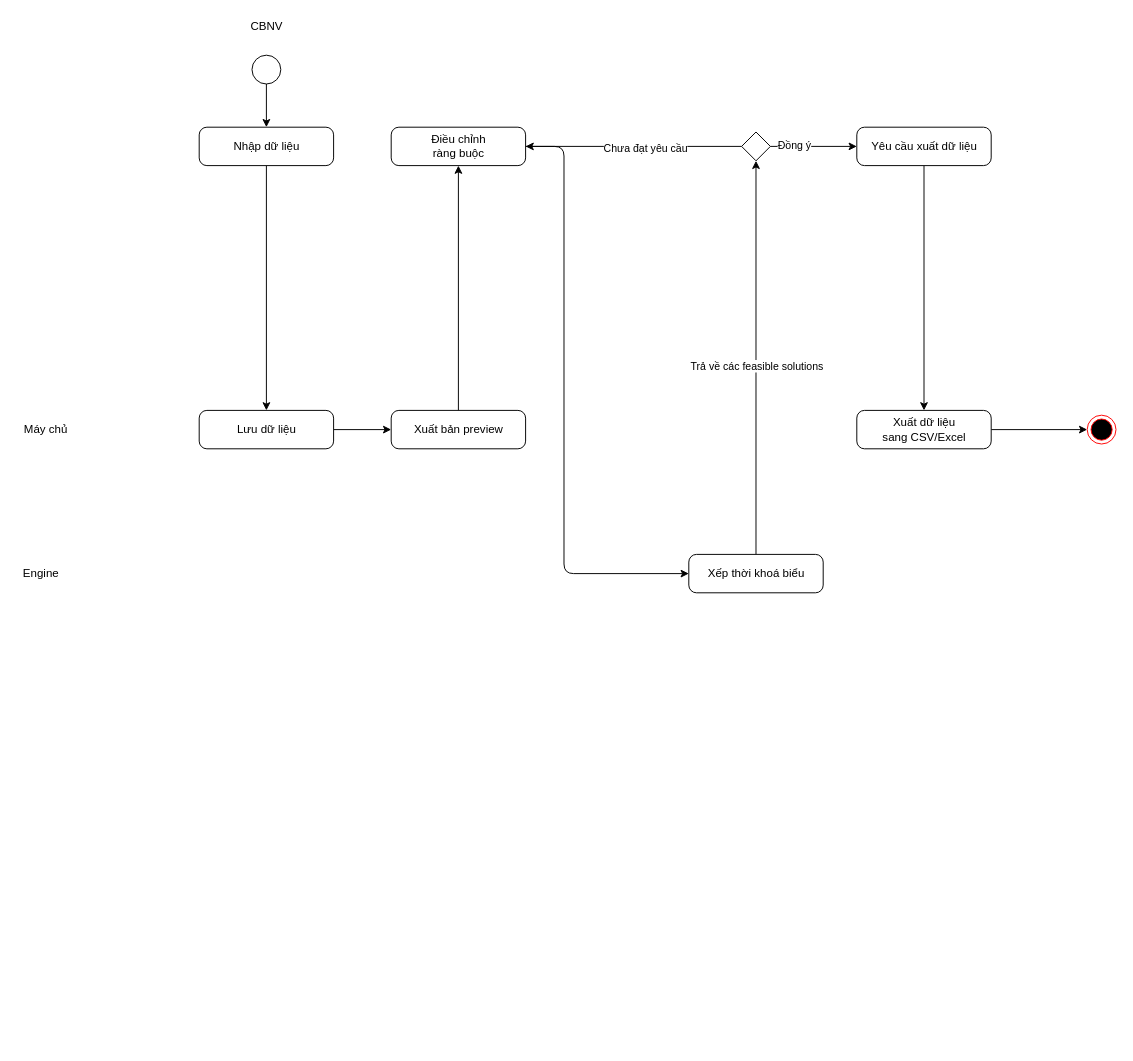
The draw.io diagram page "Activity" (3 of 6) of draw.drawio in lehongduc200115/unitime-do-an, before the edit. Source tidied: cells renumbered, new cells numbered last; positions are measured from the earlier drawing's top-left corner, leaving out a move shared by most shapes. Both pictures are drawn from the tidied source at 96%, with x=0, y=0 at pixel (16, 16).
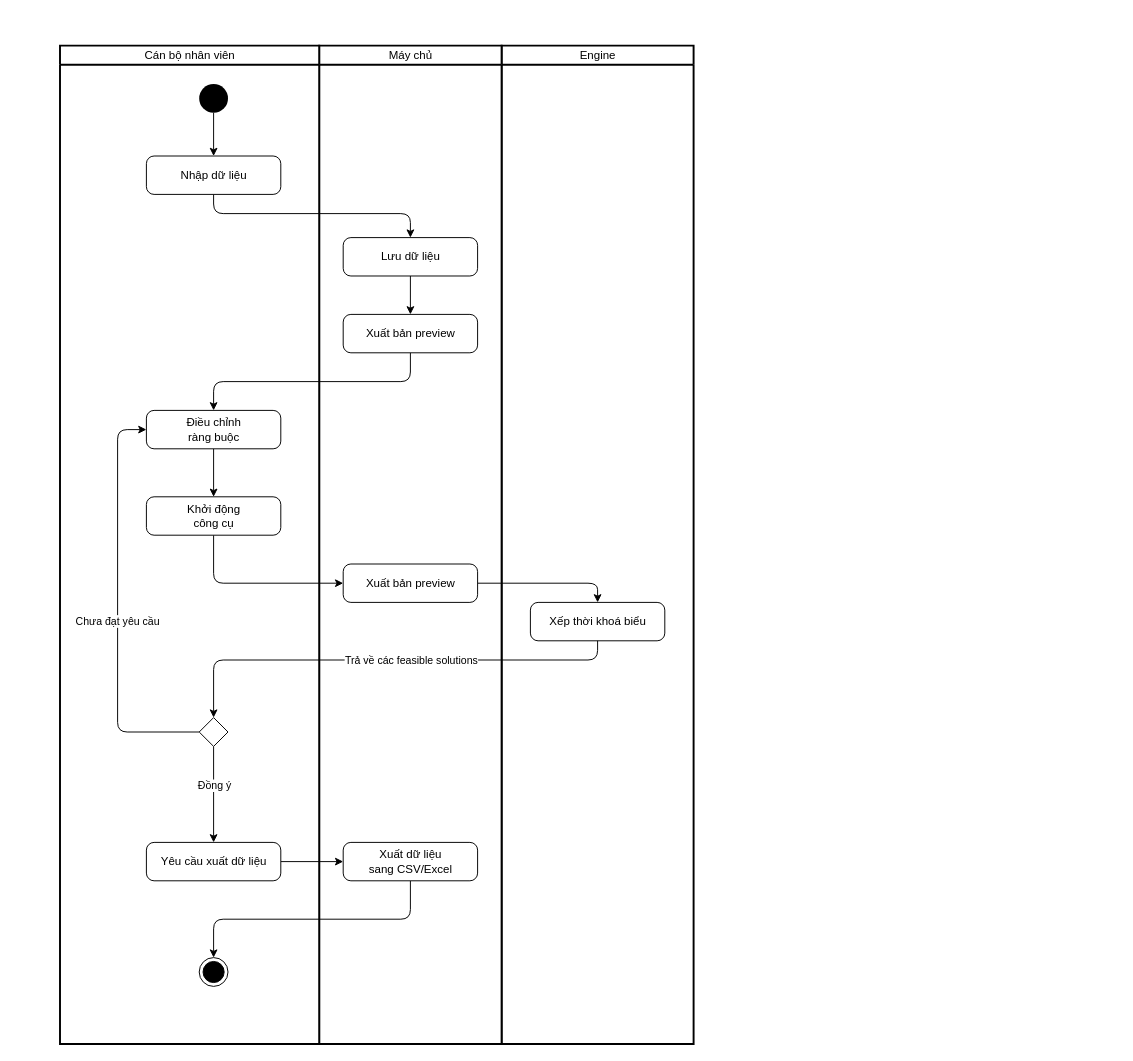
The same diagram, later.

Change to the diagram source:
```diff
@@
+    <mxCell id="14" value="Engine" style="swimlane;html=1;startSize=20;fontStyle=0;horizontal=1;swimlaneLine=1;strokeWidth=2;swimlaneFillColor=#ffffff;" parent="1" vertex="1">
+      <mxGeometry x="505" y="30" width="200" height="1040" as="geometry" />
+    </mxCell>
+    <mxCell id="17" value="Xếp thời khoá biểu" style="html=1;align=center;verticalAlign=middle;rounded=1;absoluteArcSize=1;arcSize=16;dashed=0;" parent="14" vertex="1">
+      <mxGeometry x="30" y="580" width="140" height="40" as="geometry" />
+    </mxCell>
+    <mxCell id="9" value="Máy chủ" style="swimlane;html=1;startSize=20;fontStyle=0;horizontal=1;swimlaneLine=1;strokeWidth=2;swimlaneFillColor=#ffffff;" parent="1" vertex="1">
+      <mxGeometry x="315" y="30" width="190" height="1040" as="geometry" />
+    </mxCell>
+    <mxCell id="28" value="Cán bộ nhân viên" style="swimlane;html=1;startSize=20;fontStyle=0;horizontal=1;swimlaneLine=1;strokeWidth=2;swimlaneFillColor=#ffffff;" parent="1" vertex="1">
+      <mxGeometry x="45" y="30" width="270" height="1040" as="geometry" />
+    </mxCell>
+    <mxCell id="27" style="ellipse;html=1;shape=endState;fillColor=#000000;strokeColor=#000000;" parent="28" vertex="1">
+      <mxGeometry x="145" y="950" width="30" height="30" as="geometry" />
+    </mxCell>
+    <mxCell id="29" style="ellipse;fillColor=#000000;strokeColor=none;" parent="28" vertex="1">
+      <mxGeometry x="145" y="40" width="30" height="30" as="geometry" />
+    </mxCell>
-    <mxCell id="2" style="edgeStyle=none;html=1;" parent="1" edge="1" source="3" target="5">
+    <mxCell id="2" style="edgeStyle=none;html=1;" parent="1" edge="1" source="29" target="5">
       <mxGeometry relative="1" as="geometry" />
     </mxCell>
-    <mxCell id="3" style="ellipse;fillColor=#ffffff;strokeColor=#000000;" parent="1" vertex="1">
-      <mxGeometry x="245" y="40" width="30" height="30" as="geometry" />
-    </mxCell>
-    <mxCell id="4" style="edgeStyle=none;html=1;entryX=0.5;entryY=0;entryDx=0;entryDy=0;" parent="1" edge="1" source="5" target="7">
-      <mxGeometry relative="1" as="geometry" />
+    <mxCell id="4" style="edgeStyle=orthogonalEdgeStyle;html=1;" parent="1" edge="1" source="5" target="7">
+      <mxGeometry relative="1" as="geometry">
+        <Array as="points">
+          <mxPoint x="205" y="205" />
+        </Array>
+      </mxGeometry>
     </mxCell>
     <mxCell id="5" value="Nhập dữ liệu" style="html=1;align=center;verticalAlign=middle;rounded=1;absoluteArcSize=1;arcSize=16;dashed=0;" parent="1" vertex="1">
-      <mxGeometry x="190" y="115" width="140" height="40" as="geometry" />
+      <mxGeometry x="135" y="145" width="140" height="40" as="geometry" />
     </mxCell>
-    <mxCell id="6" style="edgeStyle=none;html=1;entryX=0;entryY=0.5;entryDx=0;entryDy=0;" parent="1" edge="1" source="7" target="11">
+    <mxCell id="6" style="edgeStyle=none;html=1;" parent="1" edge="1" source="7" target="11">
       <mxGeometry relative="1" as="geometry" />
     </mxCell>
     <mxCell id="7" value="Lưu dữ liệu" style="html=1;align=center;verticalAlign=middle;rounded=1;absoluteArcSize=1;arcSize=16;dashed=0;" parent="1" vertex="1">
-      <mxGeometry x="190" y="410" width="140" height="40" as="geometry" />
+      <mxGeometry x="340" y="230" width="140" height="40" as="geometry" />
     </mxCell>
-    <mxCell id="8" value="CBNV" style="text;html=1;align=center;verticalAlign=middle;strokeColor=none;fillColor=none;" parent="1" vertex="1">
-      <mxGeometry x="235" width="50" height="20" as="geometry" />
-    </mxCell>
-    <mxCell id="9" value="Máy chủ" style="text;html=1;align=center;verticalAlign=middle;strokeColor=none;fillColor=none;" parent="1" vertex="1">
-      <mxGeometry y="420" width="60" height="20" as="geometry" />
-    </mxCell>
-    <mxCell id="10" style="edgeStyle=none;html=1;" parent="1" edge="1" source="11" target="13">
-      <mxGeometry relative="1" as="geometry" />
+    <mxCell id="10" style="edgeStyle=orthogonalEdgeStyle;html=1;" parent="1" edge="1" source="11" target="13">
+      <mxGeometry relative="1" as="geometry">
+        <Array as="points">
+          <mxPoint x="410" y="380" />
+          <mxPoint x="205" y="380" />
+        </Array>
+      </mxGeometry>
     </mxCell>
     <mxCell id="11" value="Xuất bản preview" style="html=1;align=center;verticalAlign=middle;rounded=1;absoluteArcSize=1;arcSize=16;dashed=0;" parent="1" vertex="1">
-      <mxGeometry x="390" y="410" width="140" height="40" as="geometry" />
+      <mxGeometry x="340" y="310" width="140" height="40" as="geometry" />
     </mxCell>
-    <mxCell id="12" style="edgeStyle=orthogonalEdgeStyle;html=1;" parent="1" edge="1" source="13" target="17">
+    <mxCell id="12" style="edgeStyle=orthogonalEdgeStyle;html=1;" parent="1" edge="1" source="31" target="33">
       <mxGeometry relative="1" as="geometry">
         <Array as="points">
-          <mxPoint x="570" y="135" />
-          <mxPoint x="570" y="580" />
+          <mxPoint x="205" y="590" />
         </Array>
       </mxGeometry>
     </mxCell>
+    <mxCell id="30" style="edgeStyle=orthogonalEdgeStyle;html=1;" parent="1" edge="1" source="13" target="31">
+      <mxGeometry relative="1" as="geometry" />
+    </mxCell>
     <mxCell id="13" value="Điều chỉnh&lt;br&gt;ràng buộc" style="html=1;align=center;verticalAlign=middle;rounded=1;absoluteArcSize=1;arcSize=16;dashed=0;" parent="1" vertex="1">
-      <mxGeometry x="390" y="115" width="140" height="40" as="geometry" />
+      <mxGeometry x="135" y="410" width="140" height="40" as="geometry" />
     </mxCell>
-    <mxCell id="14" value="Engine" style="text;html=1;align=center;verticalAlign=middle;strokeColor=none;fillColor=none;" parent="1" vertex="1">
-      <mxGeometry y="570" width="50" height="20" as="geometry" />
-    </mxCell>
-    <mxCell id="15" style="edgeStyle=none;html=1;" parent="1" edge="1" source="17" target="22">
-      <mxGeometry relative="1" as="geometry" />
+    <mxCell id="15" style="edgeStyle=orthogonalEdgeStyle;html=1;" parent="1" edge="1" source="17" target="22">
+      <mxGeometry relative="1" as="geometry">
+        <Array as="points">
+          <mxPoint x="205" y="670" />
+        </Array>
+      </mxGeometry>
     </mxCell>
     <mxCell id="16" value="Trả về các feasible solutions" style="edgeLabel;html=1;align=center;verticalAlign=middle;" parent="15" vertex="1">
-      <mxGeometry x="-0.04" relative="1" as="geometry" />
+      <mxGeometry x="-0.04" relative="1" as="geometry">
+        <mxPoint x="15" as="offset" />
+      </mxGeometry>
     </mxCell>
-    <mxCell id="17" value="Xếp thời khoá biểu" style="html=1;align=center;verticalAlign=middle;rounded=1;absoluteArcSize=1;arcSize=16;dashed=0;" parent="1" vertex="1">
-      <mxGeometry x="700" y="560" width="140" height="40" as="geometry" />
-    </mxCell>
-    <mxCell id="18" style="edgeStyle=none;html=1;" parent="1" edge="1" source="22" target="13">
-      <mxGeometry relative="1" as="geometry" />
+    <mxCell id="18" value="&lt;span style=&quot;color: rgb(0 , 0 , 0) ; font-family: &amp;#34;helvetica&amp;#34; ; font-size: 11px ; font-style: normal ; font-weight: 400 ; letter-spacing: normal ; text-align: center ; text-indent: 0px ; text-transform: none ; word-spacing: 0px ; background-color: rgb(255 , 255 , 255) ; display: inline ; float: none&quot;&gt;Chưa đạt yêu cầu&lt;/span&gt;" style="edgeStyle=orthogonalEdgeStyle;html=1;" parent="1" edge="1" source="22" target="13">
+      <mxGeometry x="-0.07" relative="1" as="geometry">
+        <Array as="points">
+          <mxPoint x="105" y="745" />
+          <mxPoint x="105" y="430" />
+        </Array>
+      </mxGeometry>
     </mxCell>
-    <mxCell id="19" value="Chưa đạt yêu cầu" style="edgeLabel;html=1;align=center;verticalAlign=middle;" parent="18" vertex="1">
-      <mxGeometry x="-0.1" y="1" relative="1" as="geometry" />
-    </mxCell>
-    <mxCell id="20" style="edgeStyle=none;html=1;" parent="1" edge="1" source="22" target="24">
+    <mxCell id="20" style="edgeStyle=orthogonalEdgeStyle;html=1;" parent="1" edge="1" source="22" target="24">
       <mxGeometry relative="1" as="geometry" />
     </mxCell>
     <mxCell id="21" value="Đồng ý" style="edgeLabel;html=1;align=center;verticalAlign=middle;" parent="20" vertex="1">
-      <mxGeometry x="-0.47" y="2" relative="1" as="geometry" />
+      <mxGeometry x="-0.47" y="2" relative="1" as="geometry">
+        <mxPoint x="-2" y="13" as="offset" />
+      </mxGeometry>
     </mxCell>
     <mxCell id="22" style="rhombus;fontSize=13;" parent="1" vertex="1">
-      <mxGeometry x="755" y="120" width="30" height="30" as="geometry" />
+      <mxGeometry x="190" y="730" width="30" height="30" as="geometry" />
     </mxCell>
@@
     <mxCell id="24" value="Yêu cầu xuất dữ liệu" style="html=1;align=center;verticalAlign=middle;rounded=1;absoluteArcSize=1;arcSize=16;dashed=0;" parent="1" vertex="1">
-      <mxGeometry x="875" y="115" width="140" height="40" as="geometry" />
+      <mxGeometry x="135" y="860" width="140" height="40" as="geometry" />
     </mxCell>
-    <mxCell id="25" style="edgeStyle=none;html=1;entryX=0;entryY=0.5;entryDx=0;entryDy=0;" parent="1" edge="1" source="26" target="27">
-      <mxGeometry relative="1" as="geometry" />
+    <mxCell id="25" style="edgeStyle=orthogonalEdgeStyle;html=1;" parent="1" edge="1" source="26" target="27">
+      <mxGeometry relative="1" as="geometry">
+        <Array as="points">
+          <mxPoint x="410" y="940" />
+          <mxPoint x="205" y="940" />
+        </Array>
+      </mxGeometry>
     </mxCell>
     <mxCell id="26" value="Xuất dữ liệu&lt;br&gt;sang CSV/Excel" style="html=1;align=center;verticalAlign=middle;rounded=1;absoluteArcSize=1;arcSize=16;dashed=0;" parent="1" vertex="1">
-      <mxGeometry x="875" y="410" width="140" height="40" as="geometry" />
+      <mxGeometry x="340" y="860" width="140" height="40" as="geometry" />
     </mxCell>
-    <mxCell id="27" style="ellipse;html=1;shape=endState;fillColor=#000000;strokeColor=#ff0000;" parent="1" vertex="1">
-      <mxGeometry x="1115" y="415" width="30" height="30" as="geometry" />
-    </mxCell>
+    <mxCell id="31" value="Khởi động&lt;br&gt;công cụ" style="html=1;align=center;verticalAlign=middle;rounded=1;absoluteArcSize=1;arcSize=16;dashed=0;" parent="1" vertex="1">
+      <mxGeometry x="135" y="500" width="140" height="40" as="geometry" />
+    </mxCell>
+    <mxCell id="32" style="edgeStyle=orthogonalEdgeStyle;html=1;" parent="1" edge="1" source="33" target="17">
+      <mxGeometry relative="1" as="geometry">
+        <Array as="points">
+          <mxPoint x="605" y="590" />
+        </Array>
+      </mxGeometry>
+    </mxCell>
+    <mxCell id="33" value="Xuất bản preview" style="html=1;align=center;verticalAlign=middle;rounded=1;absoluteArcSize=1;arcSize=16;dashed=0;" parent="1" vertex="1">
+      <mxGeometry x="340" y="570" width="140" height="40" as="geometry" />
+    </mxCell>
```
